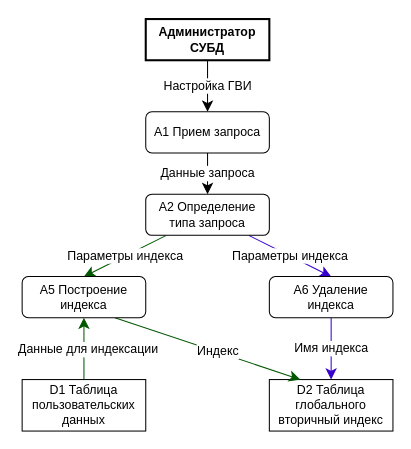
The draw.io diagram page "plugin-dfd2" (13 of 17) of diploma/schemas.drawio in vitosotdihaet/pind, before the edit. Source tidied: cells renumbered, new cells numbered last; positions are measured from the earlier drawing's top-left corner, leaving out a move shared by most shapes. Both pictures are drawn from the tidied source at 103%, with x=0, y=0 at pixel (22, 19).
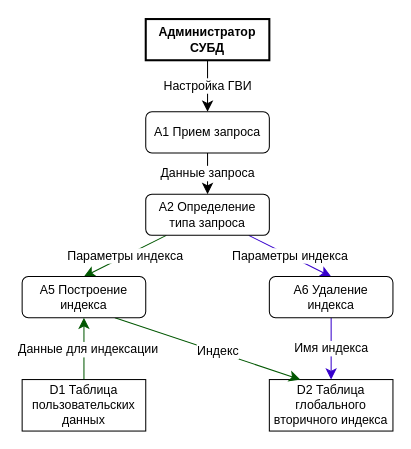
After the change.

The edit, as a diff of the source:
```diff
@@
 <mxGraphModel>
   <root>
     <mxCell id="0" />
     <mxCell id="1" parent="0" />
     <mxCell id="2" value="Настройка ГВИ" style="edgeStyle=none;curved=1;rounded=0;jettySize=auto;html=1;fontSize=12;startSize=8;endSize=8;" parent="1" edge="1" source="3" target="8">
       <mxGeometry relative="1" as="geometry" />
     </mxCell>
     <mxCell id="3" value="Администратор СУБД" style="rounded=0;whiteSpace=wrap;html=1;strokeWidth=2;fontStyle=1;" parent="1" vertex="1">
       <mxGeometry x="120" width="120" height="40" as="geometry" />
     </mxCell>
-    <mxCell id="4" value="D2 Таблица глобального вторичный индекс" style="whiteSpace=wrap;html=1;rounded=0;glass=0;" parent="1" vertex="1">
+    <mxCell id="4" value="D2 Таблица глобального вторичного индекса" style="whiteSpace=wrap;html=1;rounded=0;glass=0;" parent="1" vertex="1">
       <mxGeometry x="240" y="350" width="120" height="50" as="geometry" />
     </mxCell>
     <mxCell id="5" value="Индекс" style="edgeStyle=none;curved=1;rounded=0;jettySize=auto;html=1;entryX=0.25;entryY=0;entryDx=0;entryDy=0;fontSize=12;startSize=8;endSize=8;exitX=0.75;exitY=1;exitDx=0;exitDy=0;startArrow=none;startFill=0;endArrow=classic;endFill=1;fillColor=#008a00;strokeColor=#005700;" parent="1" edge="1" source="13" target="4">
       <mxGeometry x="0.11" relative="1" as="geometry" />
     </mxCell>
     <mxCell id="6" value="Данные для индексации" style="edgeStyle=none;curved=1;rounded=0;jettySize=auto;html=1;entryX=0.5;entryY=0;entryDx=0;entryDy=0;fontSize=12;startSize=8;endSize=8;startArrow=classic;startFill=1;endArrow=none;endFill=0;fillColor=#008a00;strokeColor=#005700;" parent="1" edge="1" source="13" target="9">
       <mxGeometry x="0.04" y="4" relative="1" as="geometry" />
     </mxCell>
     <mxCell id="7" value="Данные запроса" style="edgeStyle=none;curved=1;rounded=0;jettySize=auto;html=1;entryX=0.5;entryY=0;entryDx=0;entryDy=0;fontSize=12;startSize=8;endSize=8;" parent="1" edge="1" source="8" target="12">
       <mxGeometry relative="1" as="geometry" />
     </mxCell>
     <mxCell id="8" value="A1 Прием запроса" style="rounded=1;whiteSpace=wrap;html=1;" parent="1" vertex="1">
       <mxGeometry x="120" y="90" width="120" height="40" as="geometry" />
     </mxCell>
     <mxCell id="9" value="D1 Таблица пользовательских данных" style="whiteSpace=wrap;html=1;rounded=0;glass=0;" parent="1" vertex="1">
       <mxGeometry y="350" width="120" height="50" as="geometry" />
     </mxCell>
     <mxCell id="10" value="Параметры индекса" style="edgeStyle=none;curved=1;rounded=0;jettySize=auto;html=1;fontSize=12;startSize=8;endSize=8;fillColor=#008a00;strokeColor=#005700;entryX=0.5;entryY=0;entryDx=0;entryDy=0;" parent="1" edge="1" source="12" target="13">
       <mxGeometry relative="1" as="geometry" />
     </mxCell>
     <mxCell id="11" value="Параметры индекса" style="edgeStyle=none;curved=1;rounded=0;jettySize=auto;html=1;fontSize=12;startSize=8;endSize=8;fillColor=#6a00ff;strokeColor=#3700CC;entryX=0.5;entryY=0;entryDx=0;entryDy=0;" parent="1" edge="1" source="12" target="15">
       <mxGeometry relative="1" as="geometry" />
     </mxCell>
     <mxCell id="12" value="A2 Определение типа запроса" style="rounded=1;whiteSpace=wrap;html=1;" parent="1" vertex="1">
       <mxGeometry x="120" y="170" width="120" height="40" as="geometry" />
     </mxCell>
     <mxCell id="13" value="A5 Построение индекса" style="rounded=1;whiteSpace=wrap;html=1;" parent="1" vertex="1">
       <mxGeometry y="250" width="120" height="40" as="geometry" />
     </mxCell>
     <mxCell id="14" value="Имя индекса" style="edgeStyle=none;curved=1;rounded=0;jettySize=auto;html=1;entryX=0.5;entryY=0;entryDx=0;entryDy=0;fontSize=12;startSize=8;endSize=8;fillColor=#6a00ff;strokeColor=#3700CC;" parent="1" edge="1" source="15" target="4">
       <mxGeometry relative="1" as="geometry" />
     </mxCell>
     <mxCell id="15" value="A6 Удаление индекса" style="rounded=1;whiteSpace=wrap;html=1;" parent="1" vertex="1">
       <mxGeometry x="240" y="250" width="120" height="40" as="geometry" />
     </mxCell>
   </root>
 </mxGraphModel>
```
